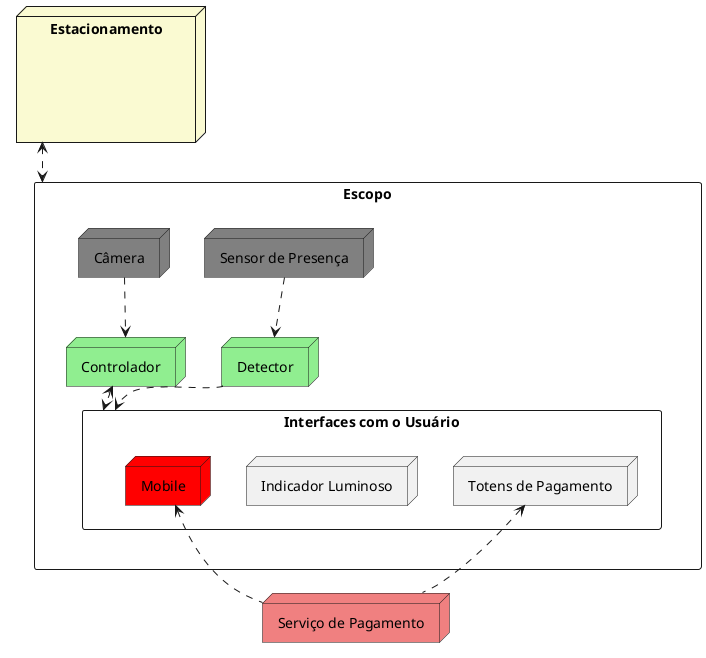
The PlantUML diagram imagens/escopo-conceitual.png in nogueiralegacy/easypark, before a commit.
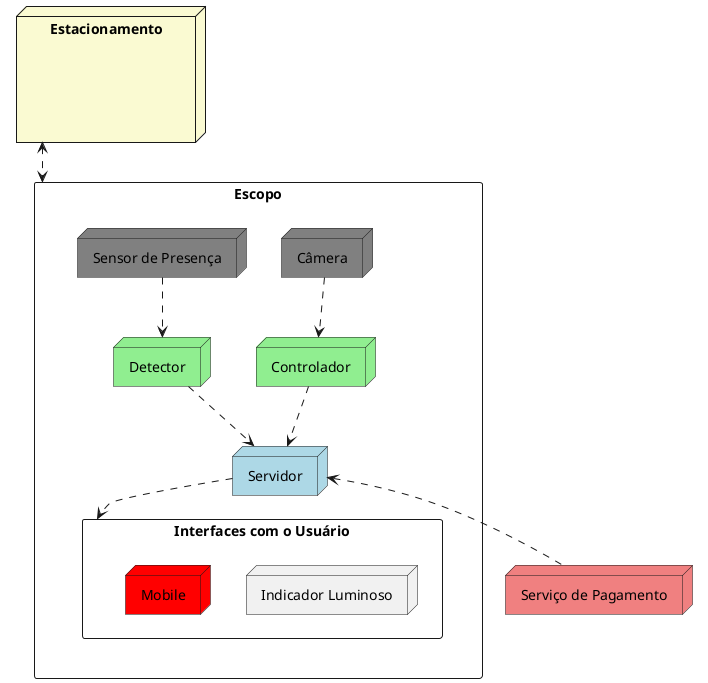
The same diagram one commit later.

Commit message:
Atualização Escopo

Diff of the diagram source:
```diff
@@ -18,14 +18,17 @@
 
     rectangle "Interfaces com o Usuário" as interface {
       node "Mobile" as mobile #Red
-      node "Totens de Pagamento" as totens
       node "Indicador Luminoso" as indicadorLuminoso
     }
-    controlador <..> interface
+
+    node "Servidor" as servidor #LightBlue
+    controlador ..> servidor
+    detector ..> servidor
+
+    servidor .down.> interface
+
     detector -[hidden]right-> interface
-    detector ..> interface
     mobile .[hidden]right. indicadorLuminoso
-    indicadorLuminoso.[hidden]right. totens
 }
 
 node "Estacionamento" as estacionamento #LightGoldenRodYellow {
@@ -34,7 +37,6 @@
 estacionamento <.down.> escopo
 
 node "Serviço de Pagamento" as sp #LightCoral
-totens <.. sp
-mobile <.. sp
+servidor <.. sp
 
 @enduml
```
